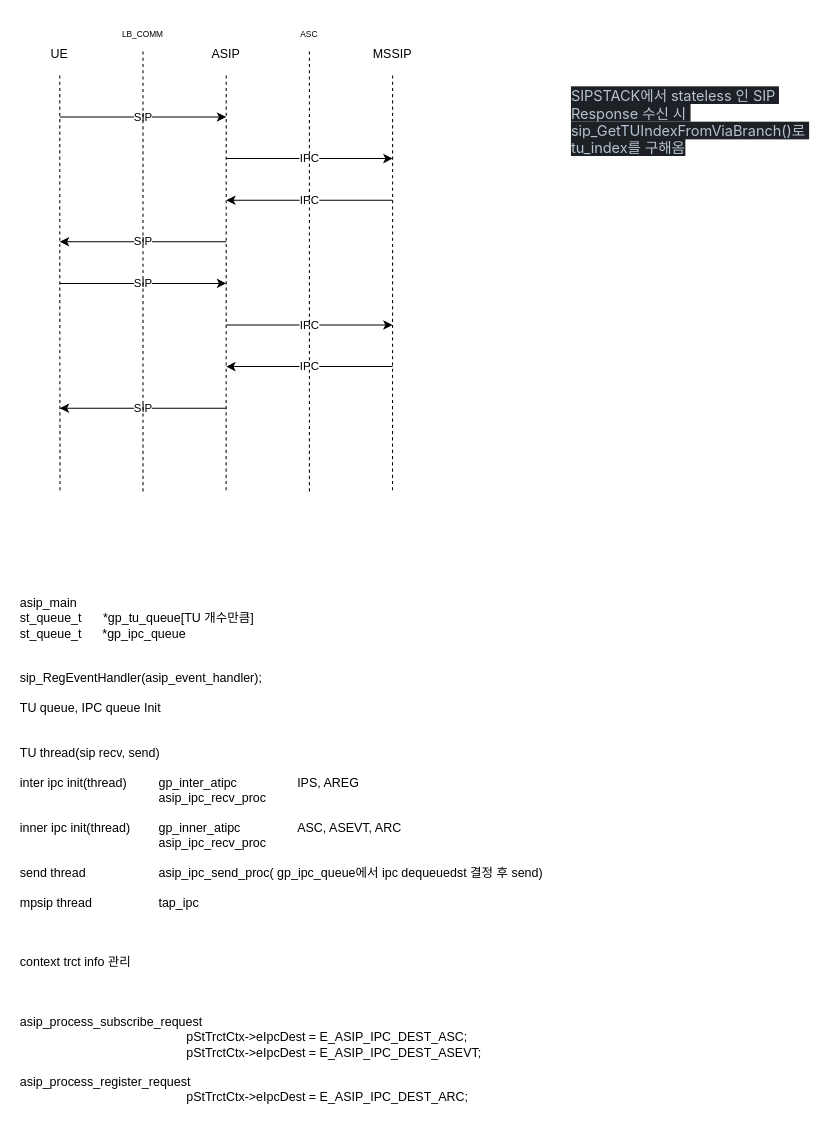
The draw.io diagram ATIPC.drawio in JaeHyeon774/NEWTIL, before the edit. Source tidied: cells renumbered, new cells numbered last; positions are measured from the earlier drawing's top-left corner, leaving out a move shared by most shapes. Both pictures are drawn from the tidied source at 104%, with x=0, y=0 at pixel (18, 18).
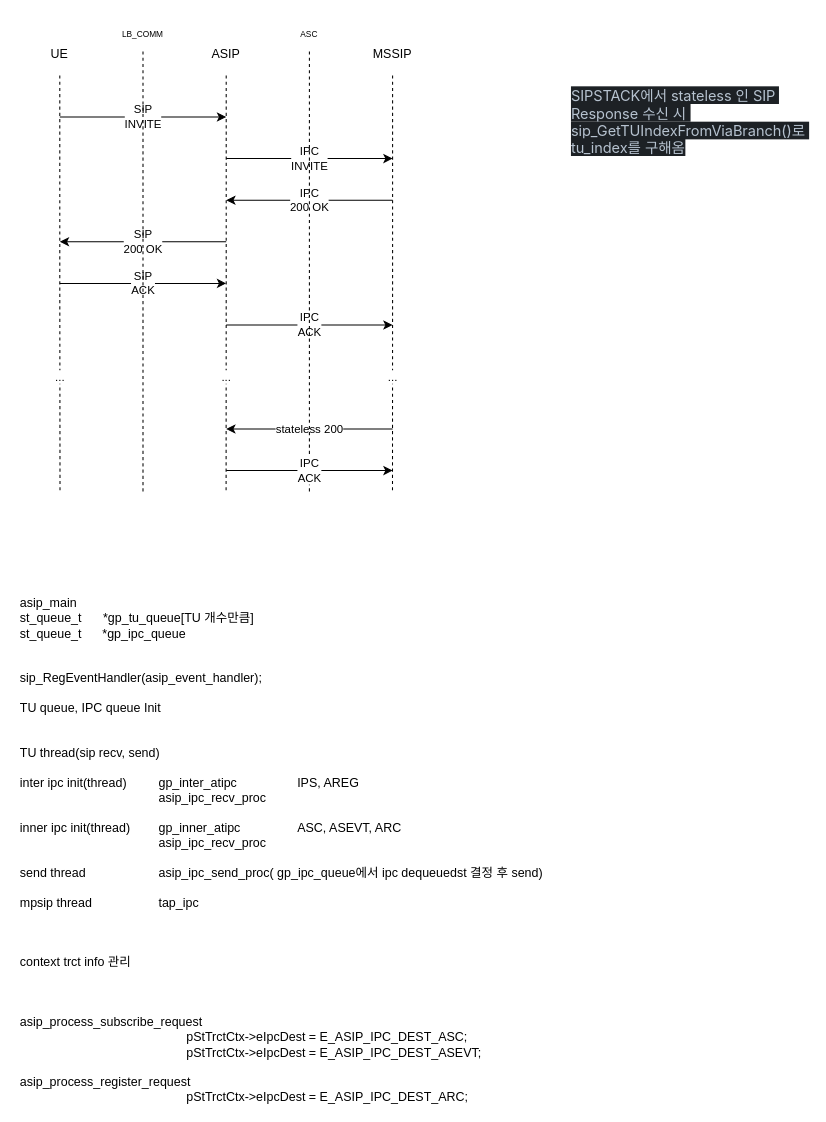
Above is the later version.

Unchanged cells that the change refers to:
```xml
<mxCell id="3" value="UE" style="text;html=1;align=center;verticalAlign=middle;whiteSpace=wrap;rounded=0;" parent="1" vertex="1">
  <mxGeometry y="15" width="80" height="40" as="geometry" />
</mxCell>
<mxCell id="4" value="ASIP" style="text;html=1;align=center;verticalAlign=middle;whiteSpace=wrap;rounded=0;" parent="1" vertex="1">
  <mxGeometry x="160" y="15" width="80" height="40" as="geometry" />
</mxCell>
<mxCell id="5" value="MSSIP" style="text;html=1;align=center;verticalAlign=middle;whiteSpace=wrap;rounded=0;" parent="1" vertex="1">
  <mxGeometry x="320" y="15" width="80" height="40" as="geometry" />
</mxCell>
```

Diff of the diagram source:
```diff
@@
-    <mxCell id="2" style="edgeStyle=orthogonalEdgeStyle;rounded=0;jettySize=auto;html=1;exitX=0.5;exitY=1;exitDx=0;exitDy=0;dashed=1;endArrow=none;endFill=0;" parent="1" edge="1" source="3">
-      <mxGeometry relative="1" as="geometry">
+    <mxCell id="2" value="..." style="edgeStyle=orthogonalEdgeStyle;rounded=0;jettySize=auto;html=1;exitX=0.5;exitY=1;exitDx=0;exitDy=0;dashed=1;endArrow=none;endFill=0;" parent="1" edge="1" source="3">
+      <mxGeometry x="0.45" relative="1" as="geometry">
         <mxPoint x="40.2" y="455" as="targetPoint" />
       </mxGeometry>
     </mxCell>
@@
-    <mxCell id="6" style="edgeStyle=orthogonalEdgeStyle;rounded=0;jettySize=auto;html=1;exitX=0.5;exitY=1;exitDx=0;exitDy=0;dashed=1;endArrow=none;endFill=0;" parent="1" edge="1" source="4">
-      <mxGeometry relative="1" as="geometry">
+    <mxCell id="6" value="..." style="edgeStyle=orthogonalEdgeStyle;rounded=0;jettySize=auto;html=1;exitX=0.5;exitY=1;exitDx=0;exitDy=0;dashed=1;endArrow=none;endFill=0;" parent="1" edge="1" source="4">
+      <mxGeometry x="0.45" relative="1" as="geometry">
         <mxPoint x="199.9" y="455" as="targetPoint" />
       </mxGeometry>
     </mxCell>
-    <mxCell id="7" style="edgeStyle=orthogonalEdgeStyle;rounded=0;jettySize=auto;html=1;exitX=0.5;exitY=1;exitDx=0;exitDy=0;dashed=1;endArrow=none;endFill=0;" parent="1" edge="1" source="5">
-      <mxGeometry relative="1" as="geometry">
+    <mxCell id="7" value="..." style="edgeStyle=orthogonalEdgeStyle;rounded=0;jettySize=auto;html=1;exitX=0.5;exitY=1;exitDx=0;exitDy=0;dashed=1;endArrow=none;endFill=0;" parent="1" edge="1" source="5">
+      <mxGeometry x="0.45" relative="1" as="geometry">
         <mxPoint x="359.9" y="455" as="targetPoint" />
       </mxGeometry>
     </mxCell>
-    <mxCell id="8" value="SIP" style="endArrow=classic;html=1;rounded=0;" parent="1" edge="1">
+    <mxCell id="8" value="SIP&lt;div&gt;INVITE&lt;/div&gt;" style="endArrow=classic;html=1;rounded=0;" parent="1" edge="1">
       <mxGeometry relative="1" as="geometry">
         <mxPoint x="40" y="95" as="sourcePoint" />
         <mxPoint x="200" y="95" as="targetPoint" />
       </mxGeometry>
     </mxCell>
-    <mxCell id="9" value="IPC" style="endArrow=classic;html=1;rounded=0;" parent="1" edge="1">
+    <mxCell id="9" value="IPC&lt;div&gt;INVITE&lt;/div&gt;" style="endArrow=classic;html=1;rounded=0;" parent="1" edge="1">
       <mxGeometry relative="1" as="geometry">
         <mxPoint x="200" y="135" as="sourcePoint" />
         <mxPoint x="360" y="135" as="targetPoint" />
       </mxGeometry>
     </mxCell>
-    <mxCell id="10" value="IPC" style="endArrow=classic;html=1;rounded=0;" parent="1" edge="1">
+    <mxCell id="10" value="IPC&lt;div&gt;200 OK&lt;/div&gt;" style="endArrow=classic;html=1;rounded=0;" parent="1" edge="1">
       <mxGeometry relative="1" as="geometry">
         <mxPoint x="360" y="175" as="sourcePoint" />
         <mxPoint x="200" y="175" as="targetPoint" />
       </mxGeometry>
     </mxCell>
-    <mxCell id="11" value="SIP" style="endArrow=classic;html=1;rounded=0;" parent="1" edge="1">
+    <mxCell id="11" value="SIP&lt;div&gt;200 OK&lt;/div&gt;" style="endArrow=classic;html=1;rounded=0;" parent="1" edge="1">
       <mxGeometry relative="1" as="geometry">
         <mxPoint x="200" y="215" as="sourcePoint" />
         <mxPoint x="40" y="215" as="targetPoint" />
       </mxGeometry>
     </mxCell>
-    <mxCell id="12" value="SIP" style="endArrow=classic;html=1;rounded=0;" parent="1" edge="1">
+    <mxCell id="12" value="SIP&lt;div&gt;ACK&lt;/div&gt;" style="endArrow=classic;html=1;rounded=0;" parent="1" edge="1">
       <mxGeometry relative="1" as="geometry">
         <mxPoint x="40" y="255" as="sourcePoint" />
         <mxPoint x="200" y="255" as="targetPoint" />
       </mxGeometry>
     </mxCell>
-    <mxCell id="13" value="IPC" style="endArrow=classic;html=1;rounded=0;" parent="1" edge="1">
+    <mxCell id="13" value="IPC&lt;br&gt;ACK" style="endArrow=classic;html=1;rounded=0;" parent="1" edge="1">
       <mxGeometry relative="1" as="geometry">
         <mxPoint x="200" y="295" as="sourcePoint" />
         <mxPoint x="360" y="295" as="targetPoint" />
       </mxGeometry>
     </mxCell>
-    <mxCell id="14" value="SIP" style="endArrow=classic;html=1;rounded=0;" parent="1" edge="1">
-      <mxGeometry relative="1" as="geometry">
-        <mxPoint x="200" y="375" as="sourcePoint" />
-        <mxPoint x="40" y="375" as="targetPoint" />
-      </mxGeometry>
-    </mxCell>
-    <mxCell id="15" value="IPC" style="endArrow=classic;html=1;rounded=0;" parent="1" edge="1">
+    <mxCell id="15" value="stateless 200" style="endArrow=classic;html=1;rounded=0;" parent="1" edge="1">
       <mxGeometry relative="1" as="geometry">
-        <mxPoint x="360" y="335" as="sourcePoint" />
-        <mxPoint x="200" y="335" as="targetPoint" />
+        <mxPoint x="360" y="395" as="sourcePoint" />
+        <mxPoint x="200" y="395" as="targetPoint" />
       </mxGeometry>
     </mxCell>
@@
+    <mxCell id="22" value="IPC&lt;br&gt;ACK" style="endArrow=classic;html=1;rounded=0;" parent="1" edge="1">
+      <mxGeometry relative="1" as="geometry">
+        <mxPoint x="200" y="435" as="sourcePoint" />
+        <mxPoint x="360" y="435" as="targetPoint" />
+      </mxGeometry>
+    </mxCell>
```
